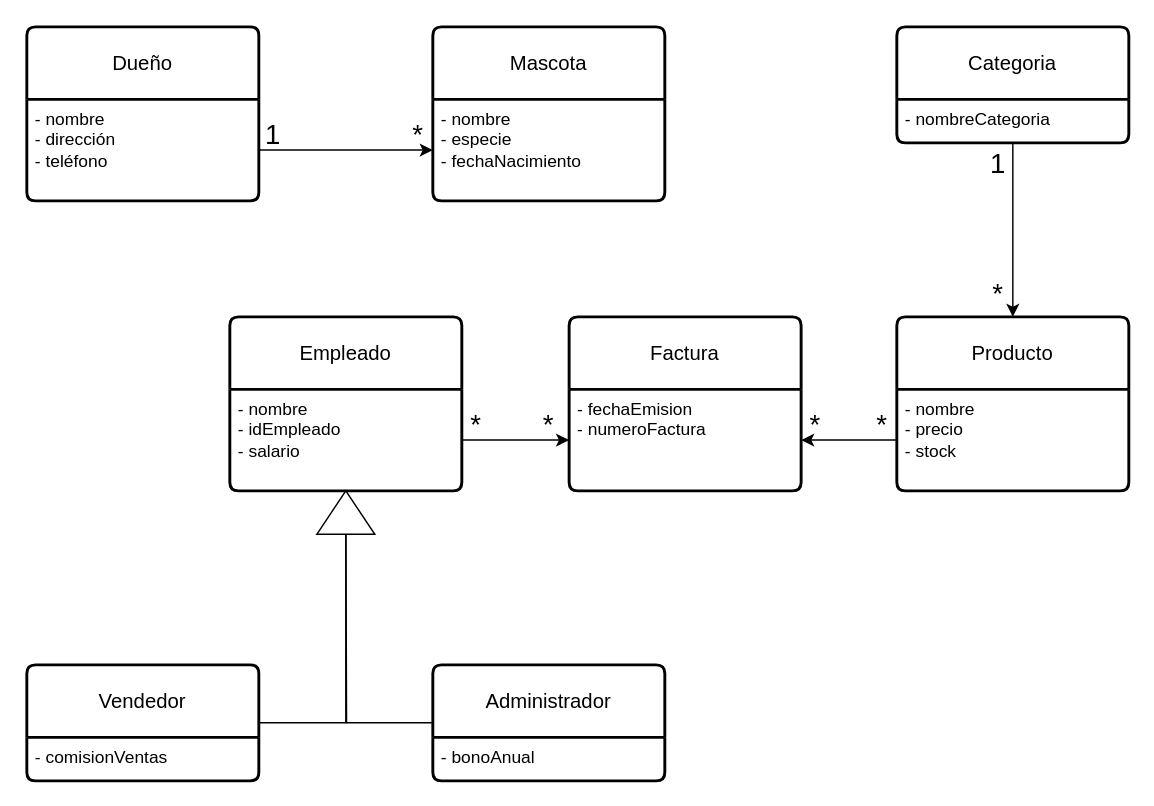
Before: Diseña un diagrama de clases UML para el siguiente supuesto.drawio in miguelelinformatico/2025_26, a draw.io diagram. Source tidied: cells renumbered, new cells numbered last; positions are measured from the earlier drawing's top-left corner, leaving out a move shared by most shapes. Both pictures are drawn from the tidied source at 145%, with x=0, y=0 at pixel (26, 26).
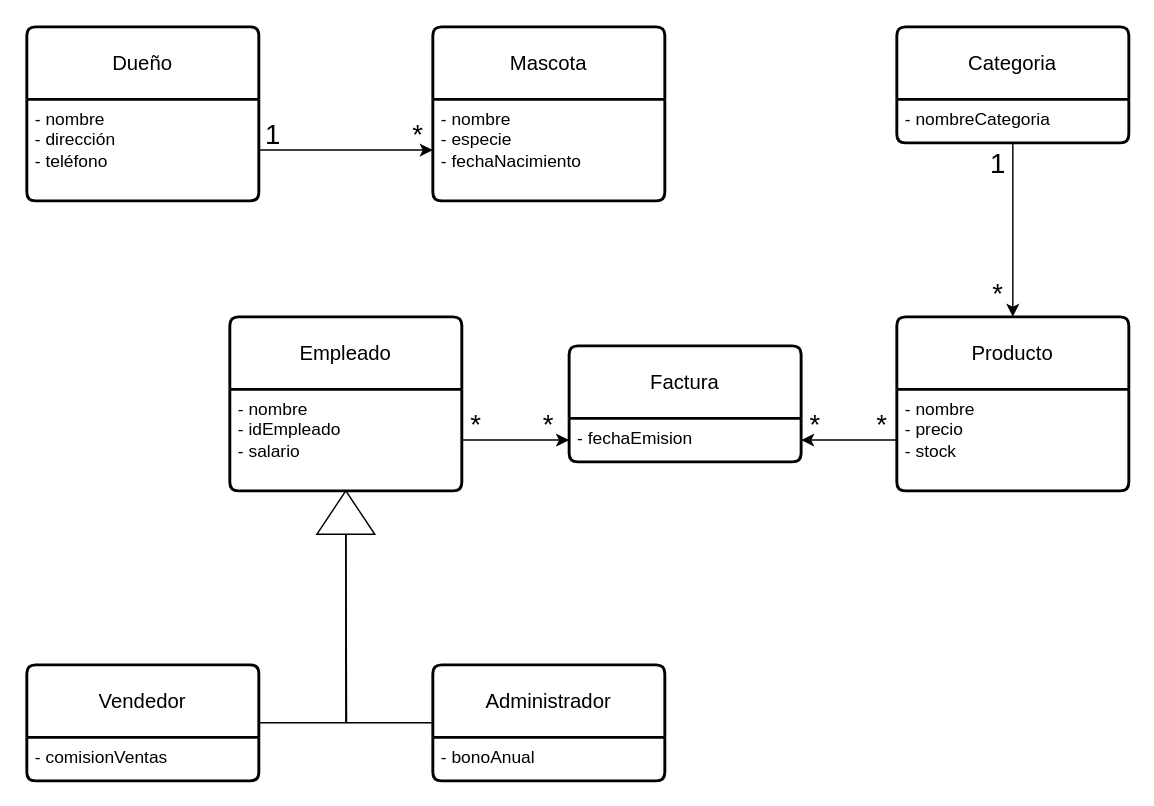
The same diagram, later.

The edit, as a diff of the source:
```diff
@@
     <mxCell id="21" value="Factura" style="swimlane;horizontal=1;startSize=50;rounded=1;fontSize=14;fontStyle=0;strokeWidth=2;shadow=0;dashed=0;align=center;arcSize=4;whiteSpace=wrap;html=1;" parent="1" vertex="1">
-      <mxGeometry x="374" y="200" width="160" height="120" as="geometry" />
+      <mxGeometry x="374" y="220" width="160" height="80" as="geometry" />
     </mxCell>
-    <mxCell id="22" value="- fechaEmision&lt;div&gt;- numeroFactura&lt;/div&gt;" style="align=left;strokeColor=none;fillColor=none;spacingLeft=4;spacingRight=4;fontSize=12;verticalAlign=top;html=1;whiteSpace=wrap;" parent="21" vertex="1">
-      <mxGeometry y="50" width="160" height="70" as="geometry" />
+    <mxCell id="22" value="- fechaEmision" style="align=left;strokeColor=none;fillColor=none;spacingLeft=4;spacingRight=4;fontSize=12;verticalAlign=top;html=1;whiteSpace=wrap;" parent="21" vertex="1">
+      <mxGeometry y="50" width="160" height="30" as="geometry" />
     </mxCell>
```
